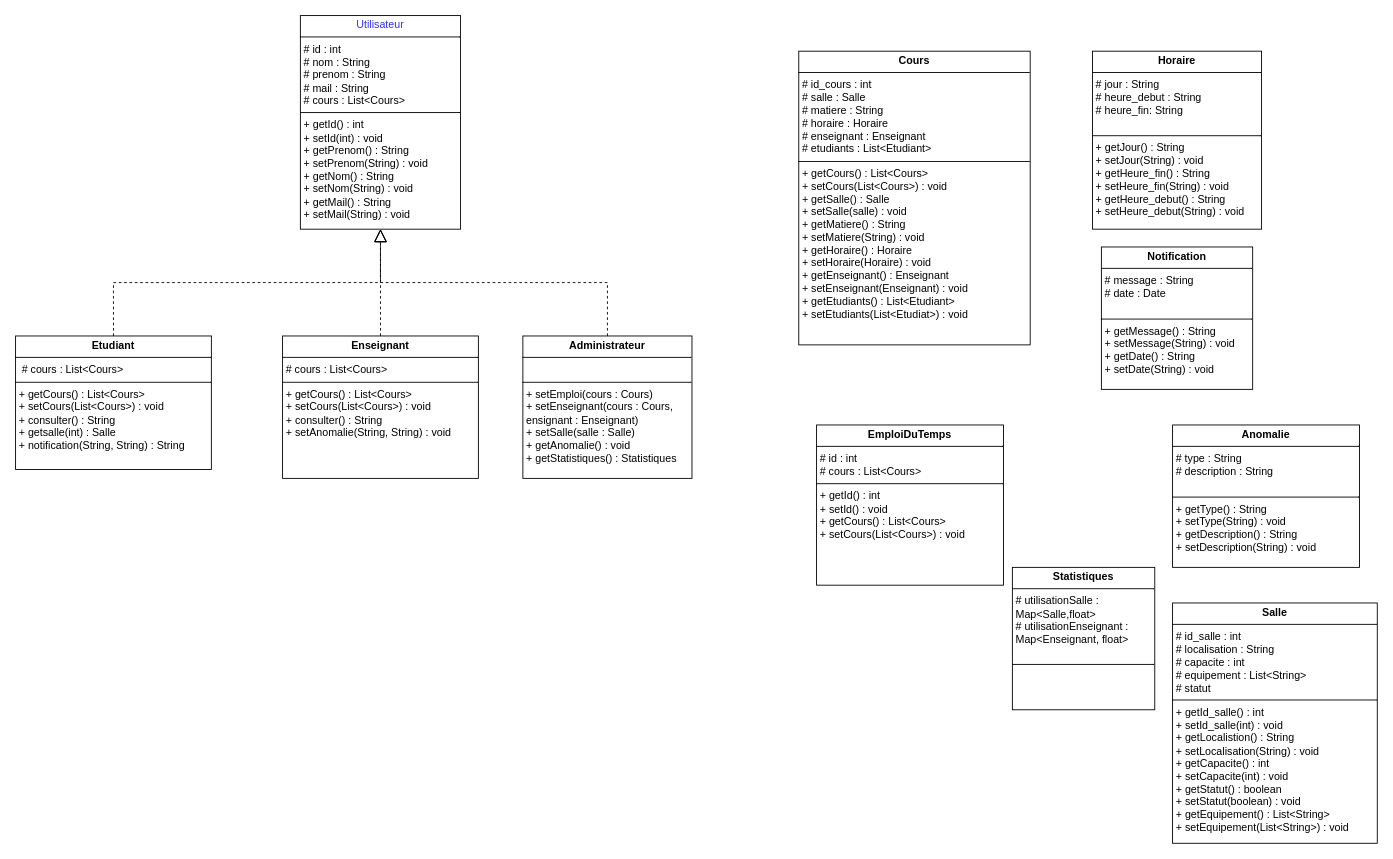
Dimmis5/Projet_java keeps this draw.io diagram as Diagramme sans nom.drawio. Above is the earlier version. Source tidied: cells renumbered, new cells numbered last; positions are measured from the earlier drawing's top-left corner, leaving out a move shared by most shapes. Both pictures are drawn from the tidied source at 89%, with x=0, y=0 at pixel (15, 15).
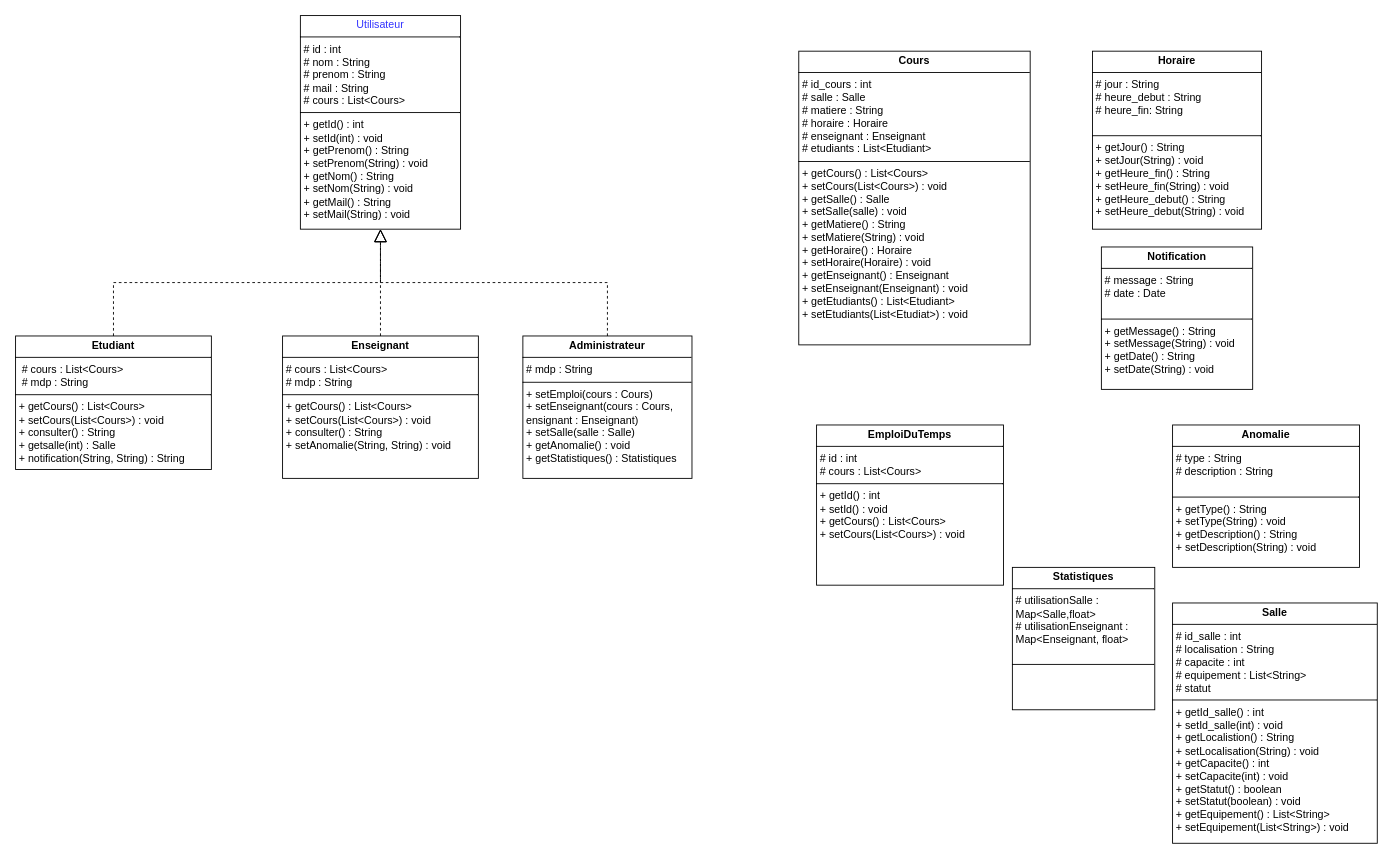
After the change.

Commit message (it also covers changes not shown here):
Mettre à jour Diagramme UML.drawio

Change to the diagram source:
```diff
@@
 <mxGraphModel>
   <root>
     <mxCell id="0" />
     <mxCell id="1" parent="0" />
-    <mxCell id="2" value="&lt;p style=&quot;margin:0px;margin-top:4px;text-align:center;&quot;&gt;&lt;b&gt;Etudiant&lt;/b&gt;&lt;/p&gt;&lt;hr size=&quot;1&quot; style=&quot;border-style:solid;&quot;&gt;&lt;p style=&quot;margin:0px;margin-left:4px;&quot;&gt;&lt;span style=&quot;background-color: transparent; color: light-dark(rgb(0, 0, 0), rgb(255, 255, 255));&quot;&gt;&amp;nbsp;# cours : List&amp;lt;Cours&amp;gt;&lt;/span&gt;&lt;/p&gt;&lt;hr size=&quot;1&quot; style=&quot;border-style:solid;&quot;&gt;&lt;p style=&quot;margin:0px;margin-left:4px;&quot;&gt;+ getCours() : List&amp;lt;Cours&amp;gt;&lt;/p&gt;&lt;p style=&quot;margin:0px;margin-left:4px;&quot;&gt;+ setCours(List&amp;lt;Cours&amp;gt;) : void&lt;/p&gt;&lt;p style=&quot;margin:0px;margin-left:4px;&quot;&gt;+ consulter() : String&lt;/p&gt;&lt;p style=&quot;margin:0px;margin-left:4px;&quot;&gt;+ getsalle(int) : Salle&lt;/p&gt;&lt;p style=&quot;margin:0px;margin-left:4px;&quot;&gt;+ notification(String, String) : String&lt;/p&gt;&lt;p style=&quot;margin:0px;margin-left:4px;&quot;&gt;&lt;br&gt;&lt;/p&gt;" style="verticalAlign=top;align=left;overflow=fill;html=1;whiteSpace=wrap;" parent="1" vertex="1">
+    <mxCell id="2" value="&lt;p style=&quot;margin:0px;margin-top:4px;text-align:center;&quot;&gt;&lt;b&gt;Etudiant&lt;/b&gt;&lt;/p&gt;&lt;hr size=&quot;1&quot; style=&quot;border-style:solid;&quot;&gt;&lt;p style=&quot;margin:0px;margin-left:4px;&quot;&gt;&lt;span style=&quot;background-color: transparent; color: light-dark(rgb(0, 0, 0), rgb(255, 255, 255));&quot;&gt;&amp;nbsp;# cours : List&amp;lt;Cours&amp;gt;&lt;/span&gt;&lt;/p&gt;&lt;p style=&quot;margin:0px;margin-left:4px;&quot;&gt;&amp;nbsp;# mdp : String&lt;/p&gt;&lt;hr size=&quot;1&quot; style=&quot;border-style:solid;&quot;&gt;&lt;p style=&quot;margin:0px;margin-left:4px;&quot;&gt;+ getCours() : List&amp;lt;Cours&amp;gt;&lt;/p&gt;&lt;p style=&quot;margin:0px;margin-left:4px;&quot;&gt;+ setCours(List&amp;lt;Cours&amp;gt;) : void&lt;/p&gt;&lt;p style=&quot;margin:0px;margin-left:4px;&quot;&gt;+ consulter() : String&lt;/p&gt;&lt;p style=&quot;margin:0px;margin-left:4px;&quot;&gt;+ getsalle(int) : Salle&lt;/p&gt;&lt;p style=&quot;margin:0px;margin-left:4px;&quot;&gt;+ notification(String, String) : String&lt;/p&gt;&lt;p style=&quot;margin:0px;margin-left:4px;&quot;&gt;&lt;br&gt;&lt;/p&gt;" style="verticalAlign=top;align=left;overflow=fill;html=1;whiteSpace=wrap;" parent="1" vertex="1">
       <mxGeometry y="360" width="220" height="150" as="geometry" />
     </mxCell>
-    <mxCell id="3" value="&lt;p style=&quot;margin:0px;margin-top:4px;text-align:center;&quot;&gt;&lt;b&gt;Enseignant&lt;/b&gt;&lt;/p&gt;&lt;hr size=&quot;1&quot; style=&quot;border-style:solid;&quot;&gt;&lt;p style=&quot;margin:0px;margin-left:4px;&quot;&gt;&lt;span style=&quot;background-color: transparent; color: light-dark(rgb(0, 0, 0), rgb(255, 255, 255));&quot;&gt;# cours : List&amp;lt;Cours&amp;gt;&lt;/span&gt;&lt;/p&gt;&lt;hr size=&quot;1&quot; style=&quot;border-style:solid;&quot;&gt;&lt;p style=&quot;margin: 0px 0px 0px 4px;&quot;&gt;+ getCours() : List&amp;lt;Cours&amp;gt;&lt;/p&gt;&lt;p style=&quot;margin: 0px 0px 0px 4px;&quot;&gt;+ setCours(List&amp;lt;Cours&amp;gt;) : void&lt;/p&gt;&lt;p style=&quot;margin:0px;margin-left:4px;&quot;&gt;+ consulter() : String&lt;/p&gt;&lt;p style=&quot;margin:0px;margin-left:4px;&quot;&gt;+ setAnomalie(String, String) : void&lt;/p&gt;" style="verticalAlign=top;align=left;overflow=fill;html=1;whiteSpace=wrap;" parent="1" vertex="1">
+    <mxCell id="3" value="&lt;p style=&quot;margin:0px;margin-top:4px;text-align:center;&quot;&gt;&lt;b&gt;Enseignant&lt;/b&gt;&lt;/p&gt;&lt;hr size=&quot;1&quot; style=&quot;border-style:solid;&quot;&gt;&lt;p style=&quot;margin:0px;margin-left:4px;&quot;&gt;&lt;span style=&quot;background-color: transparent; color: light-dark(rgb(0, 0, 0), rgb(255, 255, 255));&quot;&gt;# cours : List&amp;lt;Cours&amp;gt;&lt;/span&gt;&lt;/p&gt;&lt;p style=&quot;margin:0px;margin-left:4px;&quot;&gt;&lt;span style=&quot;background-color: transparent; color: light-dark(rgb(0, 0, 0), rgb(255, 255, 255));&quot;&gt;# mdp : String&lt;/span&gt;&lt;/p&gt;&lt;hr size=&quot;1&quot; style=&quot;border-style:solid;&quot;&gt;&lt;p style=&quot;margin: 0px 0px 0px 4px;&quot;&gt;+ getCours() : List&amp;lt;Cours&amp;gt;&lt;/p&gt;&lt;p style=&quot;margin: 0px 0px 0px 4px;&quot;&gt;+ setCours(List&amp;lt;Cours&amp;gt;) : void&lt;/p&gt;&lt;p style=&quot;margin:0px;margin-left:4px;&quot;&gt;+ consulter() : String&lt;/p&gt;&lt;p style=&quot;margin:0px;margin-left:4px;&quot;&gt;+ setAnomalie(String, String) : void&lt;/p&gt;" style="verticalAlign=top;align=left;overflow=fill;html=1;whiteSpace=wrap;" parent="1" vertex="1">
       <mxGeometry x="300" y="360" width="220" height="160" as="geometry" />
     </mxCell>
-    <mxCell id="4" value="&lt;p style=&quot;margin:0px;margin-top:4px;text-align:center;&quot;&gt;&lt;b&gt;Administrateur&lt;/b&gt;&lt;/p&gt;&lt;hr size=&quot;1&quot; style=&quot;border-style:solid;&quot;&gt;&lt;p style=&quot;margin:0px;margin-left:4px;&quot;&gt;&lt;br&gt;&lt;/p&gt;&lt;hr size=&quot;1&quot; style=&quot;border-style:solid;&quot;&gt;&lt;p style=&quot;margin:0px;margin-left:4px;&quot;&gt;+ setEmploi(cours : Cours)&lt;/p&gt;&lt;p style=&quot;margin:0px;margin-left:4px;&quot;&gt;+ setEnseignant(cours : Cours, ensignant : Enseignant)&lt;/p&gt;&lt;p style=&quot;margin:0px;margin-left:4px;&quot;&gt;+ setSalle(salle : Salle)&lt;/p&gt;&lt;p style=&quot;margin:0px;margin-left:4px;&quot;&gt;+ getAnomalie() : void&lt;/p&gt;&lt;p style=&quot;margin:0px;margin-left:4px;&quot;&gt;+ getStatistiques() : Statistiques&lt;/p&gt;" style="verticalAlign=top;align=left;overflow=fill;html=1;whiteSpace=wrap;" parent="1" vertex="1">
+    <mxCell id="4" value="&lt;p style=&quot;margin:0px;margin-top:4px;text-align:center;&quot;&gt;&lt;b&gt;Administrateur&lt;/b&gt;&lt;/p&gt;&lt;hr size=&quot;1&quot; style=&quot;border-style:solid;&quot;&gt;&lt;p style=&quot;margin:0px;margin-left:4px;&quot;&gt;# mdp : String&lt;/p&gt;&lt;hr size=&quot;1&quot; style=&quot;border-style:solid;&quot;&gt;&lt;p style=&quot;margin:0px;margin-left:4px;&quot;&gt;+ setEmploi(cours : Cours)&lt;/p&gt;&lt;p style=&quot;margin:0px;margin-left:4px;&quot;&gt;+ setEnseignant(cours : Cours, ensignant : Enseignant)&lt;/p&gt;&lt;p style=&quot;margin:0px;margin-left:4px;&quot;&gt;+ setSalle(salle : Salle)&lt;/p&gt;&lt;p style=&quot;margin:0px;margin-left:4px;&quot;&gt;+ getAnomalie() : void&lt;/p&gt;&lt;p style=&quot;margin:0px;margin-left:4px;&quot;&gt;+ getStatistiques() : Statistiques&lt;/p&gt;" style="verticalAlign=top;align=left;overflow=fill;html=1;whiteSpace=wrap;" parent="1" vertex="1">
       <mxGeometry x="570" y="360" width="190" height="160" as="geometry" />
     </mxCell>
     <mxCell id="5" value="&lt;p style=&quot;margin:0px;margin-top:4px;text-align:center;&quot;&gt;&lt;b&gt;Salle&lt;/b&gt;&lt;/p&gt;&lt;hr size=&quot;1&quot; style=&quot;border-style:solid;&quot;&gt;&lt;p style=&quot;margin:0px;margin-left:4px;&quot;&gt;# id_salle : int&lt;/p&gt;&lt;p style=&quot;margin:0px;margin-left:4px;&quot;&gt;# localisation : String&lt;/p&gt;&lt;p style=&quot;margin:0px;margin-left:4px;&quot;&gt;# capacite : int&lt;/p&gt;&lt;p style=&quot;margin:0px;margin-left:4px;&quot;&gt;# equipement : List&amp;lt;String&amp;gt;&lt;/p&gt;&lt;p style=&quot;margin:0px;margin-left:4px;&quot;&gt;# statut&lt;/p&gt;&lt;hr size=&quot;1&quot; style=&quot;border-style:solid;&quot;&gt;&lt;p style=&quot;margin: 0px 0px 0px 4px;&quot;&gt;+ getId_salle() : int&lt;/p&gt;&lt;p style=&quot;margin: 0px 0px 0px 4px;&quot;&gt;+ setId_salle(int) : void&lt;/p&gt;&lt;p style=&quot;margin: 0px 0px 0px 4px;&quot;&gt;+ getLocalistion() : String&lt;/p&gt;&lt;p style=&quot;margin: 0px 0px 0px 4px;&quot;&gt;+ setLocalisation(String) : void&lt;/p&gt;&lt;p style=&quot;margin: 0px 0px 0px 4px;&quot;&gt;+ getCapacite() : int&lt;/p&gt;&lt;p style=&quot;margin: 0px 0px 0px 4px;&quot;&gt;+ setCapacite(int) : void&lt;/p&gt;&lt;p style=&quot;margin: 0px 0px 0px 4px;&quot;&gt;+ getStatut() : boolean&lt;/p&gt;&lt;p style=&quot;margin: 0px 0px 0px 4px;&quot;&gt;+ setStatut(boolean) : void&lt;/p&gt;&lt;p style=&quot;margin: 0px 0px 0px 4px;&quot;&gt;+ getEquipement() : List&amp;lt;String&amp;gt;&lt;/p&gt;&lt;p style=&quot;margin: 0px 0px 0px 4px;&quot;&gt;+ setEquipement(List&amp;lt;String&amp;gt;) : void&lt;/p&gt;" style="verticalAlign=top;align=left;overflow=fill;html=1;whiteSpace=wrap;" parent="1" vertex="1">
       <mxGeometry x="1300" y="660" width="230" height="270" as="geometry" />
     </mxCell>
     <mxCell id="6" value="&lt;p style=&quot;margin:0px;margin-top:4px;text-align:center;&quot;&gt;&lt;b&gt;EmploiDuTemps&lt;/b&gt;&lt;/p&gt;&lt;hr size=&quot;1&quot; style=&quot;border-style:solid;&quot;&gt;&lt;p style=&quot;margin:0px;margin-left:4px;&quot;&gt;# id : int&lt;/p&gt;&lt;p style=&quot;margin:0px;margin-left:4px;&quot;&gt;# cours : List&amp;lt;Cours&amp;gt;&lt;br&gt;&lt;/p&gt;&lt;hr size=&quot;1&quot; style=&quot;border-style:solid;&quot;&gt;&lt;p style=&quot;margin:0px;margin-left:4px;&quot;&gt;+ getId() : int&lt;/p&gt;&lt;p style=&quot;margin:0px;margin-left:4px;&quot;&gt;+ setId() : void&lt;/p&gt;&lt;p style=&quot;margin: 0px 0px 0px 4px;&quot;&gt;+ getCours() : List&amp;lt;Cours&amp;gt;&lt;/p&gt;&lt;p style=&quot;margin: 0px 0px 0px 4px;&quot;&gt;+ setCours(List&amp;lt;Cours&amp;gt;) : void&lt;/p&gt;" style="verticalAlign=top;align=left;overflow=fill;html=1;whiteSpace=wrap;" parent="1" vertex="1">
       <mxGeometry x="900" y="460" width="210" height="180" as="geometry" />
     </mxCell>
     <mxCell id="7" value="&lt;p style=&quot;margin:0px;margin-top:4px;text-align:center;&quot;&gt;&lt;b&gt;Horaire&lt;/b&gt;&lt;/p&gt;&lt;hr size=&quot;1&quot; style=&quot;border-style:solid;&quot;&gt;&lt;p style=&quot;margin:0px;margin-left:4px;&quot;&gt;# jour : String&lt;/p&gt;&lt;p style=&quot;margin:0px;margin-left:4px;&quot;&gt;&lt;span style=&quot;background-color: transparent; color: light-dark(rgb(0, 0, 0), rgb(255, 255, 255));&quot;&gt;# heure_debut : String&lt;/span&gt;&lt;/p&gt;&lt;p style=&quot;margin:0px;margin-left:4px;&quot;&gt;# heure_fin: String&lt;/p&gt;&lt;p style=&quot;margin:0px;margin-left:4px;&quot;&gt;&lt;br&gt;&lt;/p&gt;&lt;hr size=&quot;1&quot; style=&quot;border-style:solid;&quot;&gt;&lt;p style=&quot;margin: 0px 0px 0px 4px;&quot;&gt;+ getJour() : String&lt;/p&gt;&lt;p style=&quot;margin: 0px 0px 0px 4px;&quot;&gt;+ setJour(String) : void&lt;/p&gt;&lt;p style=&quot;margin: 0px 0px 0px 4px;&quot;&gt;+ getHeure_fin() : String&lt;/p&gt;&lt;p style=&quot;margin: 0px 0px 0px 4px;&quot;&gt;+ setHeure_fin(String) : void&lt;/p&gt;&lt;p style=&quot;margin: 0px 0px 0px 4px;&quot;&gt;+ getHeure_debut() : String&lt;/p&gt;&lt;p style=&quot;margin: 0px 0px 0px 4px;&quot;&gt;+ setHeure_debut(String) : void&lt;/p&gt;&lt;p style=&quot;margin: 0px 0px 0px 4px;&quot;&gt;&lt;br&gt;&lt;/p&gt;" style="verticalAlign=top;align=left;overflow=fill;html=1;whiteSpace=wrap;" parent="1" vertex="1">
       <mxGeometry x="1210" y="40" width="190" height="200" as="geometry" />
     </mxCell>
     <mxCell id="8" value="&lt;p style=&quot;margin:0px;margin-top:4px;text-align:center;&quot;&gt;&lt;b&gt;Notification&lt;/b&gt;&lt;/p&gt;&lt;hr size=&quot;1&quot; style=&quot;border-style:solid;&quot;&gt;&lt;p style=&quot;margin:0px;margin-left:4px;&quot;&gt;# message : String&lt;/p&gt;&lt;p style=&quot;margin:0px;margin-left:4px;&quot;&gt;&lt;span style=&quot;background-color: transparent; color: light-dark(rgb(0, 0, 0), rgb(255, 255, 255));&quot;&gt;# date : Date&lt;/span&gt;&lt;/p&gt;&lt;p style=&quot;margin:0px;margin-left:4px;&quot;&gt;&lt;br&gt;&lt;/p&gt;&lt;hr size=&quot;1&quot; style=&quot;border-style:solid;&quot;&gt;&lt;p style=&quot;margin: 0px 0px 0px 4px;&quot;&gt;+ getMessage() : String&lt;/p&gt;&lt;p style=&quot;margin: 0px 0px 0px 4px;&quot;&gt;+ setMessage(String) : void&lt;/p&gt;&lt;p style=&quot;margin: 0px 0px 0px 4px;&quot;&gt;+ getDate() : String&lt;/p&gt;&lt;p style=&quot;margin: 0px 0px 0px 4px;&quot;&gt;+ setDate(String) : void&lt;/p&gt;&lt;div&gt;&lt;br&gt;&lt;/div&gt;" style="verticalAlign=top;align=left;overflow=fill;html=1;whiteSpace=wrap;" parent="1" vertex="1">
       <mxGeometry x="1220" y="260" width="170" height="160" as="geometry" />
     </mxCell>
     <mxCell id="9" value="&lt;p style=&quot;margin:0px;margin-top:4px;text-align:center;&quot;&gt;&lt;b&gt;Anomalie&lt;/b&gt;&lt;/p&gt;&lt;hr size=&quot;1&quot; style=&quot;border-style:solid;&quot;&gt;&lt;p style=&quot;margin:0px;margin-left:4px;&quot;&gt;# type : String&lt;/p&gt;&lt;p style=&quot;margin:0px;margin-left:4px;&quot;&gt;&lt;span style=&quot;background-color: transparent; color: light-dark(rgb(0, 0, 0), rgb(255, 255, 255));&quot;&gt;# description : String&lt;/span&gt;&lt;/p&gt;&lt;p style=&quot;margin:0px;margin-left:4px;&quot;&gt;&lt;br&gt;&lt;/p&gt;&lt;hr size=&quot;1&quot; style=&quot;border-style:solid;&quot;&gt;&lt;p style=&quot;margin: 0px 0px 0px 4px;&quot;&gt;+ getType() : String&lt;/p&gt;&lt;p style=&quot;margin: 0px 0px 0px 4px;&quot;&gt;+ setType(String) : void&lt;/p&gt;&lt;p style=&quot;margin: 0px 0px 0px 4px;&quot;&gt;+ getDescription() : String&lt;/p&gt;&lt;p style=&quot;margin: 0px 0px 0px 4px;&quot;&gt;+ setDescription(String) : void&lt;/p&gt;&lt;div&gt;&lt;br&gt;&lt;/div&gt;" style="verticalAlign=top;align=left;overflow=fill;html=1;whiteSpace=wrap;" parent="1" vertex="1">
       <mxGeometry x="1300" y="460" width="210" height="160" as="geometry" />
     </mxCell>
     <mxCell id="10" value="&lt;p style=&quot;margin:0px;margin-top:4px;text-align:center;&quot;&gt;&lt;b&gt;Statistiques&lt;/b&gt;&lt;/p&gt;&lt;hr size=&quot;1&quot; style=&quot;border-style:solid;&quot;&gt;&lt;p style=&quot;margin:0px;margin-left:4px;&quot;&gt;# utilisationSalle : Map&amp;lt;Salle,float&amp;gt;&lt;/p&gt;&lt;p style=&quot;margin:0px;margin-left:4px;&quot;&gt;# utilisationEnseignant : Map&amp;lt;Enseignant, float&amp;gt;&lt;/p&gt;&lt;p style=&quot;margin:0px;margin-left:4px;&quot;&gt;&lt;br&gt;&lt;/p&gt;&lt;hr size=&quot;1&quot; style=&quot;border-style:solid;&quot;&gt;&lt;p style=&quot;margin:0px;margin-left:4px;&quot;&gt;&lt;br&gt;&lt;/p&gt;" style="verticalAlign=top;align=left;overflow=fill;html=1;whiteSpace=wrap;" parent="1" vertex="1">
       <mxGeometry x="1120" y="620" width="160" height="160" as="geometry" />
     </mxCell>
     <mxCell id="11" value="&lt;p style=&quot;text-align: center; margin: 4px 0px 0px;&quot;&gt;&lt;span style=&quot;background-color: transparent; text-align: left;&quot;&gt;&lt;font style=&quot;color: rgb(51, 51, 255);&quot;&gt;Utilisateur&lt;/font&gt;&lt;/span&gt;&lt;/p&gt;&lt;hr size=&quot;1&quot; style=&quot;border-style:solid;&quot;&gt;&lt;p style=&quot;margin:0px;margin-left:4px;&quot;&gt;# id : int&lt;/p&gt;&lt;p style=&quot;margin:0px;margin-left:4px;&quot;&gt;&lt;span style=&quot;background-color: transparent; color: light-dark(rgb(0, 0, 0), rgb(255, 255, 255));&quot;&gt;# nom : String&lt;/span&gt;&lt;/p&gt;&lt;p style=&quot;margin:0px;margin-left:4px;&quot;&gt;# prenom : String&lt;/p&gt;&lt;p style=&quot;margin:0px;margin-left:4px;&quot;&gt;# mail : String&lt;/p&gt;&lt;p style=&quot;margin:0px;margin-left:4px;&quot;&gt;# cours : List&amp;lt;Cours&amp;gt;&lt;/p&gt;&lt;hr size=&quot;1&quot; style=&quot;border-style:solid;&quot;&gt;&lt;p style=&quot;margin:0px;margin-left:4px;&quot;&gt;+ getId() : int&lt;/p&gt;&lt;p style=&quot;margin:0px;margin-left:4px;&quot;&gt;+ setId(int) : void&lt;/p&gt;&lt;p style=&quot;margin:0px;margin-left:4px;&quot;&gt;+ getPrenom() : String&lt;/p&gt;&lt;p style=&quot;margin:0px;margin-left:4px;&quot;&gt;+ setPrenom(String) : void&lt;/p&gt;&lt;p style=&quot;margin:0px;margin-left:4px;&quot;&gt;+ getNom() : String&lt;/p&gt;&lt;p style=&quot;margin:0px;margin-left:4px;&quot;&gt;+ setNom(String) : void&lt;/p&gt;&lt;p style=&quot;margin:0px;margin-left:4px;&quot;&gt;+ getMail() : String&lt;/p&gt;&lt;p style=&quot;margin:0px;margin-left:4px;&quot;&gt;+ setMail(String) : void&lt;/p&gt;" style="verticalAlign=top;align=left;overflow=fill;html=1;whiteSpace=wrap;" parent="1" vertex="1">
       <mxGeometry x="320" width="180" height="240" as="geometry" />
     </mxCell>
     <mxCell id="12" style="endArrow=block;dashed=1;endFill=0;endSize=12;html=1;rounded=0;fontSize=12;exitX=0.5;exitY=0;exitDx=0;exitDy=0;entryX=0.5;entryY=1;entryDx=0;entryDy=0;edgeStyle=orthogonalEdgeStyle;" parent="1" edge="1" source="2" target="11">
       <mxGeometry relative="1" as="geometry" />
     </mxCell>
     <mxCell id="13" style="endArrow=block;dashed=1;endFill=0;endSize=12;html=1;rounded=0;fontSize=12;exitX=0.5;exitY=0;exitDx=0;exitDy=0;entryX=0.5;entryY=1;entryDx=0;entryDy=0;edgeStyle=orthogonalEdgeStyle;" parent="1" edge="1" source="3" target="11">
       <mxGeometry relative="1" as="geometry" />
     </mxCell>
     <mxCell id="14" style="endArrow=block;dashed=1;endFill=0;endSize=12;html=1;rounded=0;fontSize=12;exitX=0.5;exitY=0;exitDx=0;exitDy=0;entryX=0.5;entryY=1;entryDx=0;entryDy=0;edgeStyle=orthogonalEdgeStyle;" parent="1" edge="1" source="4" target="11">
       <mxGeometry relative="1" as="geometry" />
     </mxCell>
     <mxCell id="15" value="&lt;p style=&quot;margin:0px;margin-top:4px;text-align:center;&quot;&gt;&lt;b&gt;Cours&lt;/b&gt;&lt;/p&gt;&lt;hr size=&quot;1&quot; style=&quot;border-style:solid;&quot;&gt;&lt;p style=&quot;margin:0px;margin-left:4px;&quot;&gt;# id_cours : int&lt;/p&gt;&lt;p style=&quot;margin:0px;margin-left:4px;&quot;&gt;&lt;span style=&quot;background-color: transparent; color: light-dark(rgb(0, 0, 0), rgb(255, 255, 255));&quot;&gt;# salle : Salle&lt;/span&gt;&lt;/p&gt;&lt;p style=&quot;margin:0px;margin-left:4px;&quot;&gt;# matiere : String&lt;/p&gt;&lt;p style=&quot;margin:0px;margin-left:4px;&quot;&gt;# horaire : Horaire&lt;/p&gt;&lt;p style=&quot;margin:0px;margin-left:4px;&quot;&gt;# enseignant : Enseignant&lt;/p&gt;&lt;p style=&quot;margin:0px;margin-left:4px;&quot;&gt;# etudiants : List&amp;lt;Etudiant&amp;gt;&lt;/p&gt;&lt;hr size=&quot;1&quot; style=&quot;border-style:solid;&quot;&gt;&lt;p style=&quot;margin: 0px 0px 0px 4px;&quot;&gt;+ getCours() : List&amp;lt;Cours&amp;gt;&lt;/p&gt;&lt;p style=&quot;margin: 0px 0px 0px 4px;&quot;&gt;+ setCours(List&amp;lt;Cours&amp;gt;) : void&lt;/p&gt;&lt;p style=&quot;margin: 0px 0px 0px 4px;&quot;&gt;+ getSalle() : Salle&lt;/p&gt;&lt;p style=&quot;margin: 0px 0px 0px 4px;&quot;&gt;+ setSalle(salle) : void&lt;/p&gt;&lt;p style=&quot;margin: 0px 0px 0px 4px;&quot;&gt;+ getMatiere() : String&lt;/p&gt;&lt;p style=&quot;margin: 0px 0px 0px 4px;&quot;&gt;+ setMatiere(String) : void&lt;/p&gt;&lt;p style=&quot;margin: 0px 0px 0px 4px;&quot;&gt;+ getHoraire() : Horaire&lt;/p&gt;&lt;p style=&quot;margin: 0px 0px 0px 4px;&quot;&gt;+ setHoraire(Horaire) : void&lt;/p&gt;&lt;p style=&quot;margin: 0px 0px 0px 4px;&quot;&gt;+ getEnseignant() : Enseignant&lt;/p&gt;&lt;p style=&quot;margin: 0px 0px 0px 4px;&quot;&gt;+ setEnseignant(Enseignant) : void&lt;/p&gt;&lt;p style=&quot;margin: 0px 0px 0px 4px;&quot;&gt;+ getEtudiants() : List&amp;lt;Etudiant&amp;gt;&lt;/p&gt;&lt;p style=&quot;margin: 0px 0px 0px 4px;&quot;&gt;+ setEtudiants(List&amp;lt;Etudiat&amp;gt;) : void&lt;/p&gt;" style="verticalAlign=top;align=left;overflow=fill;html=1;whiteSpace=wrap;" parent="1" vertex="1">
       <mxGeometry x="880" y="40" width="260" height="330" as="geometry" />
     </mxCell>
   </root>
 </mxGraphModel>
```
